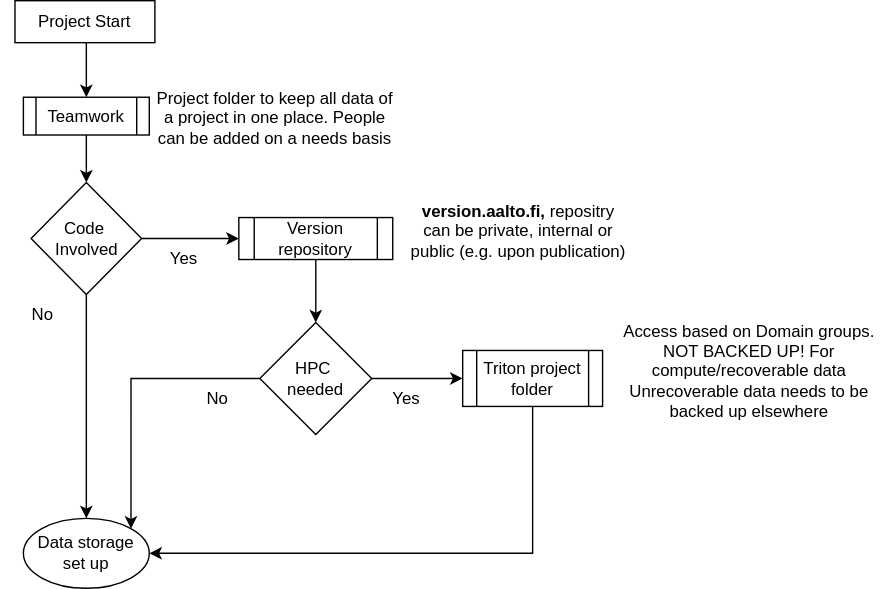
AaltoRSE/starting-computational-research-projects keeps this draw.io diagram as content/img/data_flow_chart.svg. Above is the earlier version. Source tidied: cells renumbered, new cells last; positions are measured from the earlier drawing's top-left corner, leaving out a move shared by most shapes.
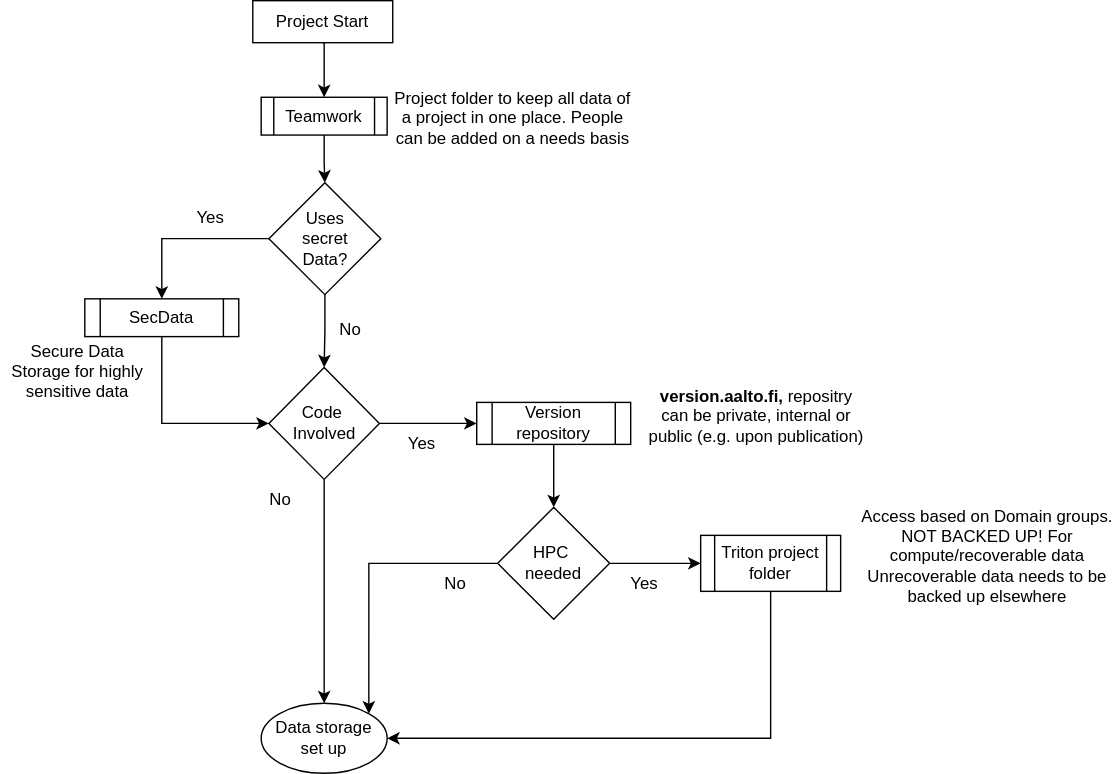
Above is the later version.

Commit message:
Updating flowchart and lnks

The edit, as a diff of the source:
```diff
@@ -15,10 +15,10 @@
       <mxGeometry relative="1" as="geometry" />
     </mxCell>
     <mxCell id="6" value="Project Start" style="rounded=0;whiteSpace=wrap;html=1;" parent="1" vertex="1">
-      <mxGeometry x="10" width="100" height="30" as="geometry" />
+      <mxGeometry x="10" y="-132" width="100" height="30" as="geometry" />
     </mxCell>
     <mxCell id="7" style="group;" parent="1" vertex="1">
-      <mxGeometry x="20" y="60" width="260" height="80" as="geometry" />
+      <mxGeometry x="20" y="-72" width="260" height="80" as="geometry" />
     </mxCell>
     <mxCell id="8" style="group;" parent="7" vertex="1">
       <mxGeometry x="-4" y="-1" width="270" height="50" as="geometry" />
@@ -29,9 +29,6 @@
     <mxCell id="10" value="Teamwork" style="shape=process;whiteSpace=wrap;html=1;backgroundOutline=1;" parent="8" vertex="1">
       <mxGeometry y="10" width="90" height="27" as="geometry" />
     </mxCell>
-    <mxCell id="11" style="endArrow=classic;html=1;rounded=0;exitX=0.5;exitY=1;exitDx=0;exitDy=0;" parent="1" edge="1" source="10" target="4">
-      <mxGeometry relative="1" as="geometry" />
-    </mxCell>
     <mxCell id="12" value="Yes" style="text;html=1;align=center;verticalAlign=middle;whiteSpace=wrap;rounded=0;" parent="1" vertex="1">
       <mxGeometry x="100.5" y="170" width="60" height="30" as="geometry" />
     </mxCell>
@@ -81,5 +78,36 @@
     <mxCell id="26" value="No" style="text;html=1;align=center;verticalAlign=middle;whiteSpace=wrap;rounded=0;" parent="1" vertex="1">
       <mxGeometry y="210" width="60" height="30" as="geometry" />
     </mxCell>
+    <mxCell id="27" style="edgeStyle=orthogonalEdgeStyle;rounded=0;jettySize=auto;html=1;entryX=0.5;entryY=0;entryDx=0;entryDy=0;" parent="1" edge="1" source="28" target="4">
+      <mxGeometry relative="1" as="geometry" />
+    </mxCell>
+    <mxCell id="28" value="Uses&lt;div&gt;secret&lt;/div&gt;&lt;div&gt;Data?&lt;/div&gt;" style="rhombus;whiteSpace=wrap;html=1;" parent="1" vertex="1">
+      <mxGeometry x="21.5" y="-2" width="80" height="80" as="geometry" />
+    </mxCell>
+    <mxCell id="29" style="edgeStyle=orthogonalEdgeStyle;rounded=0;jettySize=auto;html=1;entryX=0.5;entryY=0;entryDx=0;entryDy=0;" parent="1" edge="1" source="10" target="28">
+      <mxGeometry relative="1" as="geometry" />
+    </mxCell>
+    <mxCell id="30" value="No" style="text;html=1;align=center;verticalAlign=middle;whiteSpace=wrap;rounded=0;" parent="1" vertex="1">
+      <mxGeometry x="50" y="88" width="60" height="30" as="geometry" />
+    </mxCell>
+    <mxCell id="31" style="edgeStyle=orthogonalEdgeStyle;rounded=0;jettySize=auto;html=1;entryX=0;entryY=0.5;entryDx=0;entryDy=0;exitX=0.5;exitY=1;exitDx=0;exitDy=0;" parent="1" edge="1" source="32" target="4">
+      <mxGeometry relative="1" as="geometry">
+        <Array as="points">
+          <mxPoint x="-55" y="170" />
+        </Array>
+      </mxGeometry>
+    </mxCell>
+    <mxCell id="32" value="SecData" style="shape=process;whiteSpace=wrap;html=1;backgroundOutline=1;" parent="1" vertex="1">
+      <mxGeometry x="-110" y="81" width="110" height="27" as="geometry" />
+    </mxCell>
+    <mxCell id="33" value="Secure Data Storage for highly sensitive data" style="text;html=1;align=center;verticalAlign=middle;whiteSpace=wrap;rounded=0;" parent="1" vertex="1">
+      <mxGeometry x="-170" y="118" width="110" height="30" as="geometry" />
+    </mxCell>
+    <mxCell id="34" style="edgeStyle=orthogonalEdgeStyle;rounded=0;jettySize=auto;html=1;entryX=0.5;entryY=0;entryDx=0;entryDy=0;" parent="1" edge="1" source="28" target="32">
+      <mxGeometry relative="1" as="geometry" />
+    </mxCell>
+    <mxCell id="35" value="Yes" style="text;html=1;align=center;verticalAlign=middle;whiteSpace=wrap;rounded=0;" parent="1" vertex="1">
+      <mxGeometry x="-50" y="8" width="60" height="30" as="geometry" />
+    </mxCell>
   </root>
 </mxGraphModel>
```
